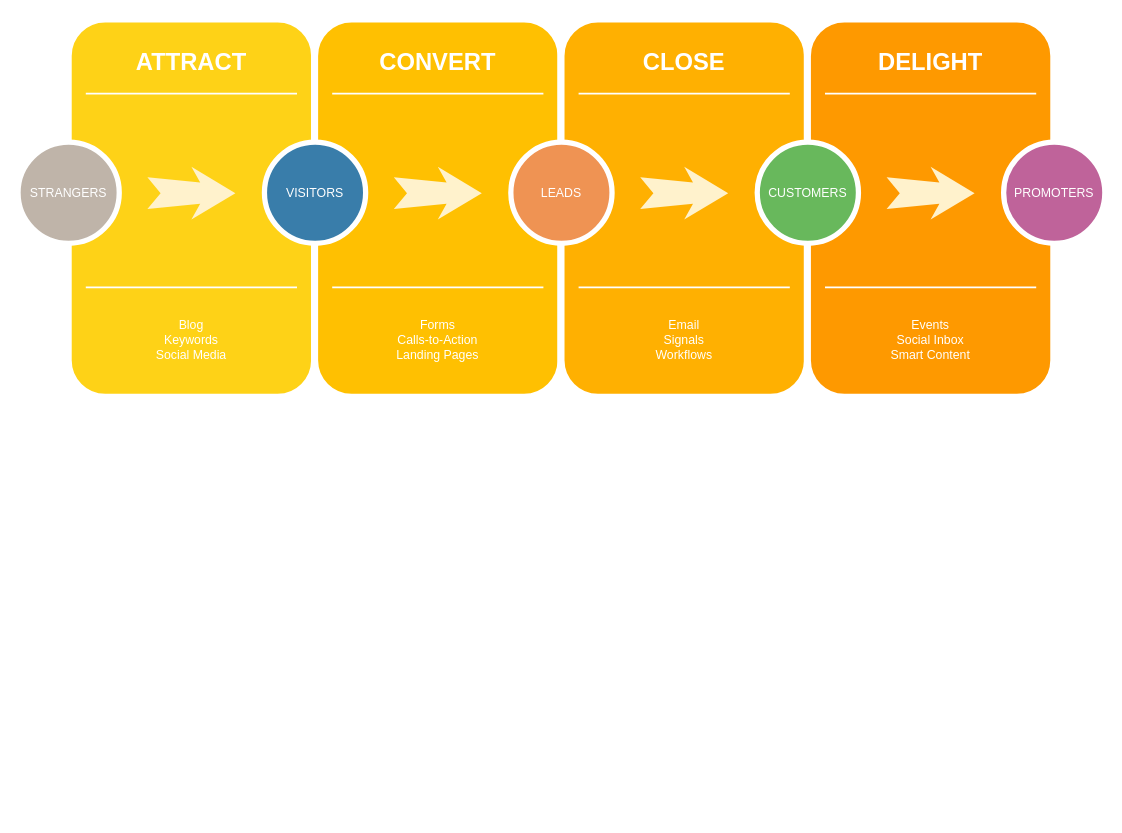
The draw.io diagram Diagrama sem nome.drawio in frederickfrigieri/GitHub, before the edit. Source tidied: cells renumbered, new cells numbered last; positions are measured from the earlier drawing's top-left corner, leaving out a move shared by most shapes. Both pictures are drawn from the tidied source at 88%, with x=0, y=0 at pixel (18, 18).
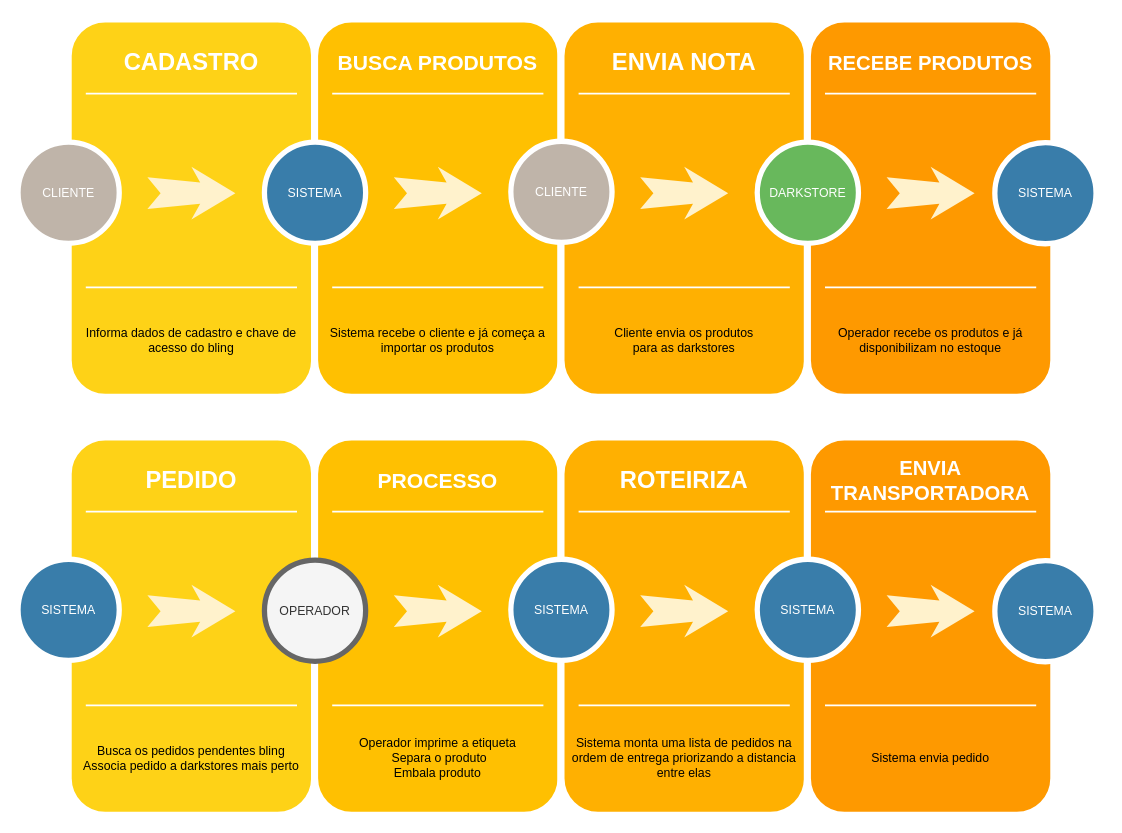
The same diagram, later.

What changed in the source:
```diff
@@
-    <mxCell id="3" value="ATTRACT" style="text;html=1;strokeColor=none;fillColor=none;align=center;verticalAlign=middle;whiteSpace=wrap;rounded=0;shadow=0;fontSize=27;fontColor=#FFFFFF;fontStyle=1;" parent="1" vertex="1">
+    <mxCell id="3" value="CADASTRO" style="text;html=1;strokeColor=none;fillColor=none;align=center;verticalAlign=middle;whiteSpace=wrap;rounded=0;shadow=0;fontSize=27;fontColor=#FFFFFF;fontStyle=1;" parent="1" vertex="1">
       <mxGeometry x="57" y="20" width="280" height="60" as="geometry" />
     </mxCell>
-    <mxCell id="4" value="Blog&lt;div&gt;Keywords&lt;/div&gt;&lt;div&gt;Social Media&lt;/div&gt;" style="text;html=1;strokeColor=none;fillColor=none;align=center;verticalAlign=middle;whiteSpace=wrap;rounded=0;shadow=0;fontSize=14;fontColor=#FFFFFF;" parent="1" vertex="1">
+    <mxCell id="4" value="Informa dados de cadastro e chave de acesso do bling" style="text;html=1;strokeColor=none;fillColor=none;align=center;verticalAlign=middle;whiteSpace=wrap;rounded=0;shadow=0;fontSize=14;fontColor=#000000;" parent="1" vertex="1">
       <mxGeometry x="57" y="320" width="280" height="90" as="geometry" />
     </mxCell>
@@
-    <mxCell id="7" value="STRANGERS" style="ellipse;whiteSpace=wrap;html=1;rounded=0;shadow=0;strokeWidth=6;fontSize=14;align=center;fillColor=#BFB4A9;strokeColor=#FFFFFF;fontColor=#FFFFFF;" parent="1" vertex="1">
+    <mxCell id="7" value="CLIENTE" style="ellipse;whiteSpace=wrap;html=1;rounded=0;shadow=0;strokeWidth=6;fontSize=14;align=center;fillColor=#BFB4A9;strokeColor=#FFFFFF;fontColor=#FFFFFF;" parent="1" vertex="1">
       <mxGeometry y="140" width="115" height="115" as="geometry" />
     </mxCell>
@@
-    <mxCell id="10" value="CONVERT" style="text;html=1;strokeColor=none;fillColor=none;align=center;verticalAlign=middle;whiteSpace=wrap;rounded=0;shadow=0;fontSize=27;fontColor=#FFFFFF;fontStyle=1;" parent="1" vertex="1">
+    <mxCell id="10" value="BUSCA PRODUTOS" style="text;html=1;strokeColor=none;fillColor=none;align=center;verticalAlign=middle;whiteSpace=wrap;rounded=0;shadow=0;fontSize=24;fontColor=#FFFFFF;fontStyle=1;" parent="1" vertex="1">
       <mxGeometry x="337" y="20" width="280" height="60" as="geometry" />
     </mxCell>
-    <mxCell id="11" value="Forms&lt;div&gt;Calls-to-Action&lt;/div&gt;&lt;div&gt;Landing Pages&lt;/div&gt;" style="text;html=1;strokeColor=none;fillColor=none;align=center;verticalAlign=middle;whiteSpace=wrap;rounded=0;shadow=0;fontSize=14;fontColor=#FFFFFF;" parent="1" vertex="1">
+    <mxCell id="11" value="Sistema recebe o cliente e já começa a importar os produtos" style="text;html=1;strokeColor=none;fillColor=none;align=center;verticalAlign=middle;whiteSpace=wrap;rounded=0;shadow=0;fontSize=14;fontColor=#000000;" parent="1" vertex="1">
       <mxGeometry x="337" y="320" width="280" height="90" as="geometry" />
     </mxCell>
@@
-    <mxCell id="14" value="VISITORS" style="ellipse;whiteSpace=wrap;html=1;rounded=0;shadow=0;strokeWidth=6;fontSize=14;align=center;fillColor=#397DAA;strokeColor=#FFFFFF;fontColor=#FFFFFF;" parent="1" vertex="1">
+    <mxCell id="14" value="SISTEMA" style="ellipse;whiteSpace=wrap;html=1;rounded=0;shadow=0;strokeWidth=6;fontSize=14;align=center;fillColor=#397DAA;strokeColor=#FFFFFF;fontColor=#FFFFFF;" parent="1" vertex="1">
       <mxGeometry x="280" y="140" width="115" height="115" as="geometry" />
     </mxCell>
@@
-    <mxCell id="17" value="CLOSE" style="text;html=1;strokeColor=none;fillColor=none;align=center;verticalAlign=middle;whiteSpace=wrap;rounded=0;shadow=0;fontSize=27;fontColor=#FFFFFF;fontStyle=1;" parent="1" vertex="1">
+    <mxCell id="17" value="ENVIA NOTA" style="text;html=1;strokeColor=none;fillColor=none;align=center;verticalAlign=middle;whiteSpace=wrap;rounded=0;shadow=0;fontSize=27;fontColor=#FFFFFF;fontStyle=1;" parent="1" vertex="1">
       <mxGeometry x="617" y="20" width="280" height="60" as="geometry" />
     </mxCell>
-    <mxCell id="18" value="Email&lt;div&gt;Signals&lt;/div&gt;&lt;div&gt;Workflows&lt;/div&gt;" style="text;html=1;strokeColor=none;fillColor=none;align=center;verticalAlign=middle;whiteSpace=wrap;rounded=0;shadow=0;fontSize=14;fontColor=#FFFFFF;" parent="1" vertex="1">
+    <mxCell id="18" value="Cliente envia os produtos &lt;br&gt;para as darkstores" style="text;html=1;strokeColor=none;fillColor=none;align=center;verticalAlign=middle;whiteSpace=wrap;rounded=0;shadow=0;fontSize=14;fontColor=#000000;" parent="1" vertex="1">
       <mxGeometry x="617" y="320" width="280" height="90" as="geometry" />
     </mxCell>
@@
-    <mxCell id="21" value="LEADS" style="ellipse;whiteSpace=wrap;html=1;rounded=0;shadow=0;strokeWidth=6;fontSize=14;align=center;fillColor=#EF9353;strokeColor=#FFFFFF;fontColor=#FFFFFF;" parent="1" vertex="1">
-      <mxGeometry x="560" y="140" width="115" height="115" as="geometry" />
-    </mxCell>
@@
-    <mxCell id="24" value="DELIGHT" style="text;html=1;strokeColor=none;fillColor=none;align=center;verticalAlign=middle;whiteSpace=wrap;rounded=0;shadow=0;fontSize=27;fontColor=#FFFFFF;fontStyle=1;" parent="1" vertex="1">
+    <mxCell id="24" value="RECEBE PRODUTOS" style="text;html=1;strokeColor=none;fillColor=none;align=center;verticalAlign=middle;whiteSpace=wrap;rounded=0;shadow=0;fontSize=23;fontColor=#FFFFFF;fontStyle=1;" parent="1" vertex="1">
       <mxGeometry x="897" y="20" width="280" height="60" as="geometry" />
     </mxCell>
-    <mxCell id="25" value="Events&lt;div&gt;Social Inbox&lt;/div&gt;&lt;div&gt;Smart Content&lt;/div&gt;" style="text;html=1;strokeColor=none;fillColor=none;align=center;verticalAlign=middle;whiteSpace=wrap;rounded=0;shadow=0;fontSize=14;fontColor=#FFFFFF;" parent="1" vertex="1">
+    <mxCell id="25" value="Operador recebe os produtos e já disponibilizam no estoque" style="text;html=1;strokeColor=none;fillColor=none;align=center;verticalAlign=middle;whiteSpace=wrap;rounded=0;shadow=0;fontSize=14;fontColor=#000000;" parent="1" vertex="1">
       <mxGeometry x="897" y="320" width="280" height="90" as="geometry" />
     </mxCell>
@@
-    <mxCell id="28" value="CUSTOMERS" style="ellipse;whiteSpace=wrap;html=1;rounded=0;shadow=0;strokeWidth=6;fontSize=14;align=center;fillColor=#68B85C;strokeColor=#FFFFFF;fontColor=#FFFFFF;" parent="1" vertex="1">
+    <mxCell id="28" value="DARKSTORE" style="ellipse;whiteSpace=wrap;html=1;rounded=0;shadow=0;strokeWidth=6;fontSize=14;align=center;fillColor=#68B85C;strokeColor=#FFFFFF;fontColor=#FFFFFF;" parent="1" vertex="1">
       <mxGeometry x="840" y="140" width="115" height="115" as="geometry" />
     </mxCell>
@@
-    <mxCell id="30" value="PROMOTERS" style="ellipse;whiteSpace=wrap;html=1;rounded=0;shadow=0;strokeWidth=6;fontSize=14;align=center;fillColor=#BF639A;strokeColor=#FFFFFF;fontColor=#FFFFFF;" parent="1" vertex="1">
-      <mxGeometry x="1120" y="140" width="115" height="115" as="geometry" />
-    </mxCell>
+    <mxCell id="31" value="CLIENTE" style="ellipse;whiteSpace=wrap;html=1;rounded=0;shadow=0;strokeWidth=6;fontSize=14;align=center;fillColor=#BFB4A9;strokeColor=#FFFFFF;fontColor=#FFFFFF;" parent="1" vertex="1">
+      <mxGeometry x="560" y="139" width="115" height="115" as="geometry" />
+    </mxCell>
+    <mxCell id="32" value="SISTEMA" style="ellipse;whiteSpace=wrap;html=1;rounded=0;shadow=0;strokeWidth=6;fontSize=14;align=center;fillColor=#397DAA;strokeColor=#FFFFFF;fontColor=#FFFFFF;" parent="1" vertex="1">
+      <mxGeometry x="1110" y="140.5" width="115" height="115" as="geometry" />
+    </mxCell>
+    <mxCell id="33" style="whiteSpace=wrap;html=1;rounded=1;shadow=0;strokeWidth=8;fontSize=20;align=center;fillColor=#FED217;strokeColor=#FFFFFF;" parent="1" vertex="1">
+      <mxGeometry x="57" y="475" width="280" height="430" as="geometry" />
+    </mxCell>
+    <mxCell id="34" value="PEDIDO" style="text;html=1;strokeColor=none;fillColor=none;align=center;verticalAlign=middle;whiteSpace=wrap;rounded=0;shadow=0;fontSize=27;fontColor=#FFFFFF;fontStyle=1;" parent="1" vertex="1">
+      <mxGeometry x="57" y="495" width="280" height="60" as="geometry" />
+    </mxCell>
+    <mxCell id="35" value="Busca os pedidos pendentes bling&lt;br&gt;Associa pedido a darkstores mais perto" style="text;html=1;strokeColor=none;fillColor=none;align=center;verticalAlign=middle;whiteSpace=wrap;rounded=0;shadow=0;fontSize=14;fontColor=#000000;" parent="1" vertex="1">
+      <mxGeometry x="57" y="795" width="280" height="90" as="geometry" />
+    </mxCell>
+    <mxCell id="36" style="line;strokeWidth=2;html=1;rounded=0;shadow=0;fontSize=27;align=center;fillColor=none;strokeColor=#FFFFFF;" parent="1" vertex="1">
+      <mxGeometry x="77" y="555" width="240" height="10" as="geometry" />
+    </mxCell>
+    <mxCell id="37" style="line;strokeWidth=2;html=1;rounded=0;shadow=0;fontSize=27;align=center;fillColor=none;strokeColor=#FFFFFF;" parent="1" vertex="1">
+      <mxGeometry x="77" y="775" width="240" height="10" as="geometry" />
+    </mxCell>
+    <mxCell id="38" style="html=1;shadow=0;dashed=0;align=center;verticalAlign=middle;shape=mxgraph.arrows2.stylisedArrow;dy=0.6;dx=40;notch=15;feather=0.4;rounded=0;strokeWidth=1;fontSize=27;strokeColor=none;fillColor=#fff2cc;" parent="1" vertex="1">
+      <mxGeometry x="147" y="643" width="100" height="60" as="geometry" />
+    </mxCell>
+    <mxCell id="39" style="whiteSpace=wrap;html=1;rounded=1;shadow=0;strokeWidth=8;fontSize=20;align=center;fillColor=#FFC001;strokeColor=#FFFFFF;" parent="1" vertex="1">
+      <mxGeometry x="337" y="475" width="280" height="430" as="geometry" />
+    </mxCell>
+    <mxCell id="40" value="PROCESSO" style="text;html=1;strokeColor=none;fillColor=none;align=center;verticalAlign=middle;whiteSpace=wrap;rounded=0;shadow=0;fontSize=24;fontColor=#FFFFFF;fontStyle=1;" parent="1" vertex="1">
+      <mxGeometry x="337" y="495" width="280" height="60" as="geometry" />
+    </mxCell>
+    <mxCell id="41" value="Operador imprime a etiqueta&lt;br&gt;&amp;nbsp;Separa o produto&lt;br&gt;Embala produto" style="text;html=1;strokeColor=none;fillColor=none;align=center;verticalAlign=middle;whiteSpace=wrap;rounded=0;shadow=0;fontSize=14;fontColor=#000000;" parent="1" vertex="1">
+      <mxGeometry x="337" y="795" width="280" height="90" as="geometry" />
+    </mxCell>
+    <mxCell id="42" style="line;strokeWidth=2;html=1;rounded=0;shadow=0;fontSize=27;align=center;fillColor=none;strokeColor=#FFFFFF;" parent="1" vertex="1">
+      <mxGeometry x="357" y="555" width="240" height="10" as="geometry" />
+    </mxCell>
+    <mxCell id="43" style="line;strokeWidth=2;html=1;rounded=0;shadow=0;fontSize=27;align=center;fillColor=none;strokeColor=#FFFFFF;" parent="1" vertex="1">
+      <mxGeometry x="357" y="775" width="240" height="10" as="geometry" />
+    </mxCell>
+    <mxCell id="44" value="OPERADOR" style="ellipse;whiteSpace=wrap;html=1;rounded=0;shadow=0;strokeWidth=6;fontSize=14;align=center;fillColor=#f5f5f5;strokeColor=#666666;fontColor=#333333;" parent="1" vertex="1">
+      <mxGeometry x="280" y="615" width="115" height="115" as="geometry" />
+    </mxCell>
+    <mxCell id="45" style="html=1;shadow=0;dashed=0;align=center;verticalAlign=middle;shape=mxgraph.arrows2.stylisedArrow;dy=0.6;dx=40;notch=15;feather=0.4;rounded=0;strokeWidth=1;fontSize=27;strokeColor=none;fillColor=#fff2cc;" parent="1" vertex="1">
+      <mxGeometry x="427" y="643" width="100" height="60" as="geometry" />
+    </mxCell>
+    <mxCell id="46" style="whiteSpace=wrap;html=1;rounded=1;shadow=0;strokeWidth=8;fontSize=20;align=center;fillColor=#FFB001;strokeColor=#FFFFFF;" parent="1" vertex="1">
+      <mxGeometry x="617" y="475" width="280" height="430" as="geometry" />
+    </mxCell>
+    <mxCell id="47" value="ROTEIRIZA" style="text;html=1;strokeColor=none;fillColor=none;align=center;verticalAlign=middle;whiteSpace=wrap;rounded=0;shadow=0;fontSize=27;fontColor=#FFFFFF;fontStyle=1;" parent="1" vertex="1">
+      <mxGeometry x="617" y="495" width="280" height="60" as="geometry" />
+    </mxCell>
+    <mxCell id="48" value="Sistema monta uma lista de pedidos na ordem de entrega priorizando a distancia entre elas" style="text;html=1;strokeColor=none;fillColor=none;align=center;verticalAlign=middle;whiteSpace=wrap;rounded=0;shadow=0;fontSize=14;fontColor=#000000;" parent="1" vertex="1">
+      <mxGeometry x="617" y="795" width="280" height="90" as="geometry" />
+    </mxCell>
+    <mxCell id="49" style="line;strokeWidth=2;html=1;rounded=0;shadow=0;fontSize=27;align=center;fillColor=none;strokeColor=#FFFFFF;" parent="1" vertex="1">
+      <mxGeometry x="637" y="555" width="240" height="10" as="geometry" />
+    </mxCell>
+    <mxCell id="50" style="line;strokeWidth=2;html=1;rounded=0;shadow=0;fontSize=27;align=center;fillColor=none;strokeColor=#FFFFFF;" parent="1" vertex="1">
+      <mxGeometry x="637" y="775" width="240" height="10" as="geometry" />
+    </mxCell>
+    <mxCell id="51" style="html=1;shadow=0;dashed=0;align=center;verticalAlign=middle;shape=mxgraph.arrows2.stylisedArrow;dy=0.6;dx=40;notch=15;feather=0.4;rounded=0;strokeWidth=1;fontSize=27;strokeColor=none;fillColor=#fff2cc;" parent="1" vertex="1">
+      <mxGeometry x="707" y="643" width="100" height="60" as="geometry" />
+    </mxCell>
+    <mxCell id="52" style="whiteSpace=wrap;html=1;rounded=1;shadow=0;strokeWidth=8;fontSize=20;align=center;fillColor=#FE9900;strokeColor=#FFFFFF;" parent="1" vertex="1">
+      <mxGeometry x="897" y="475" width="280" height="430" as="geometry" />
+    </mxCell>
+    <mxCell id="53" value="ENVIA TRANSPORTADORA" style="text;html=1;strokeColor=none;fillColor=none;align=center;verticalAlign=middle;whiteSpace=wrap;rounded=0;shadow=0;fontSize=23;fontColor=#FFFFFF;fontStyle=1;" parent="1" vertex="1">
+      <mxGeometry x="897" y="495" width="280" height="60" as="geometry" />
+    </mxCell>
+    <mxCell id="54" value="Sistema envia pedido" style="text;html=1;strokeColor=none;fillColor=none;align=center;verticalAlign=middle;whiteSpace=wrap;rounded=0;shadow=0;fontSize=14;fontColor=#000000;" parent="1" vertex="1">
+      <mxGeometry x="897" y="795" width="280" height="90" as="geometry" />
+    </mxCell>
+    <mxCell id="55" style="line;strokeWidth=2;html=1;rounded=0;shadow=0;fontSize=27;align=center;fillColor=none;strokeColor=#FFFFFF;" parent="1" vertex="1">
+      <mxGeometry x="917" y="555" width="240" height="10" as="geometry" />
+    </mxCell>
+    <mxCell id="56" style="line;strokeWidth=2;html=1;rounded=0;shadow=0;fontSize=27;align=center;fillColor=none;strokeColor=#FFFFFF;" parent="1" vertex="1">
+      <mxGeometry x="917" y="775" width="240" height="10" as="geometry" />
+    </mxCell>
+    <mxCell id="57" style="html=1;shadow=0;dashed=0;align=center;verticalAlign=middle;shape=mxgraph.arrows2.stylisedArrow;dy=0.6;dx=40;notch=15;feather=0.4;rounded=0;strokeWidth=1;fontSize=27;strokeColor=none;fillColor=#fff2cc;" parent="1" vertex="1">
+      <mxGeometry x="987" y="643" width="100" height="60" as="geometry" />
+    </mxCell>
+    <mxCell id="58" value="SISTEMA" style="ellipse;whiteSpace=wrap;html=1;rounded=0;shadow=0;strokeWidth=6;fontSize=14;align=center;fillColor=#397DAA;strokeColor=#FFFFFF;fontColor=#FFFFFF;" parent="1" vertex="1">
+      <mxGeometry x="1110" y="615.5" width="115" height="115" as="geometry" />
+    </mxCell>
+    <mxCell id="59" value="SISTEMA" style="ellipse;whiteSpace=wrap;html=1;rounded=0;shadow=0;strokeWidth=6;fontSize=14;align=center;fillColor=#397DAA;strokeColor=#FFFFFF;fontColor=#FFFFFF;" parent="1" vertex="1">
+      <mxGeometry y="614" width="115" height="115" as="geometry" />
+    </mxCell>
+    <mxCell id="60" value="SISTEMA" style="ellipse;whiteSpace=wrap;html=1;rounded=0;shadow=0;strokeWidth=6;fontSize=14;align=center;fillColor=#397DAA;strokeColor=#FFFFFF;fontColor=#FFFFFF;" parent="1" vertex="1">
+      <mxGeometry x="560" y="614" width="115" height="115" as="geometry" />
+    </mxCell>
+    <mxCell id="61" value="SISTEMA" style="ellipse;whiteSpace=wrap;html=1;rounded=0;shadow=0;strokeWidth=6;fontSize=14;align=center;fillColor=#397DAA;strokeColor=#FFFFFF;fontColor=#FFFFFF;" parent="1" vertex="1">
+      <mxGeometry x="840" y="614" width="115" height="115" as="geometry" />
+    </mxCell>
```
